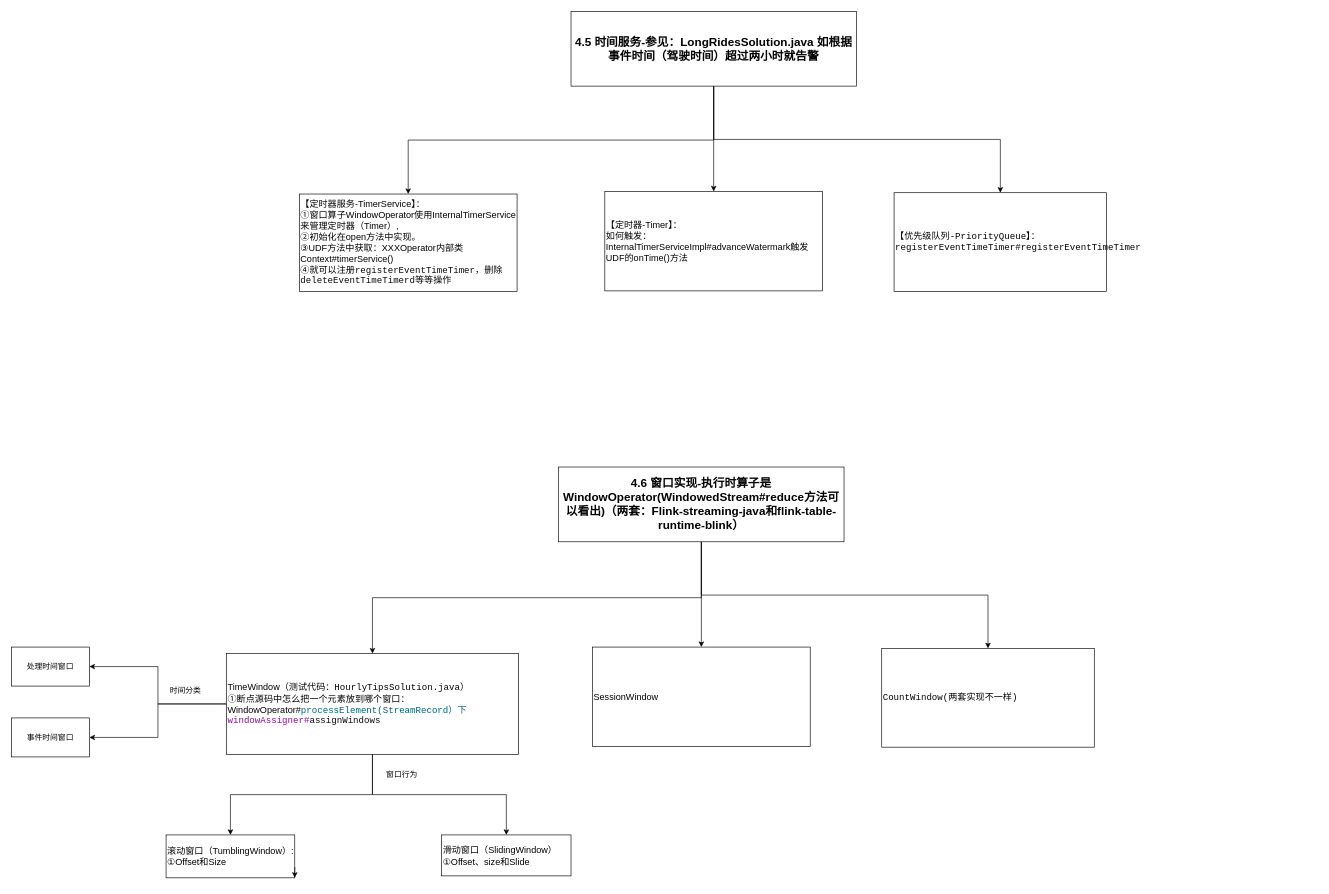
kimi-sxh/process_pic keeps this draw.io diagram as 第四章 时间与窗口.drawio. Above is the earlier version. Source tidied: cells renumbered, new cells numbered last; positions are measured from the earlier drawing's top-left corner, leaving out a move shared by most shapes. Both pictures are drawn from the tidied source at 65%, with x=0, y=0 at pixel (11, 11).
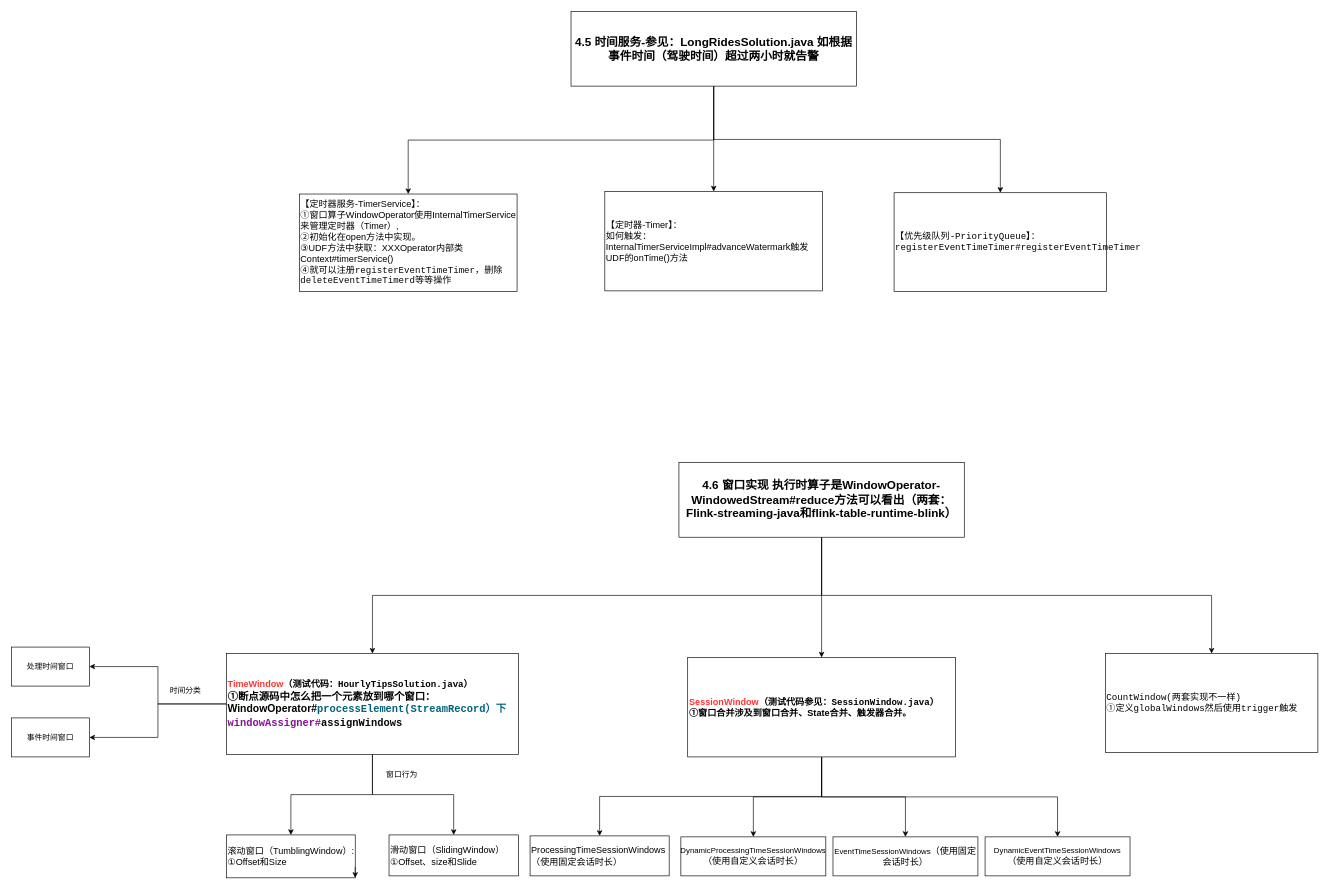
The same page after the edit.

Commit message:
更新第四章 4.6 窗口实现.drawio

The edit, as a diff of the source:
```diff
@@
-    <mxCell id="12" value="&lt;h2&gt;&lt;font style=&quot;font-size: 18px;&quot;&gt;&lt;b&gt;4.6 窗口实现-执行时算子是WindowOperator(WindowedStream#reduce方法可以看出)（两套：Flink-streaming-java和flink-table-runtime-blink）&lt;/b&gt;&lt;/font&gt;&lt;/h2&gt;" style="rounded=0;whiteSpace=wrap;html=1;" parent="1" vertex="1">
-      <mxGeometry x="842" y="701" width="439" height="115" as="geometry" />
+    <mxCell id="12" value="&lt;h2&gt;&lt;font style=&quot;font-size: 18px;&quot;&gt;&lt;b&gt;4.6 窗口实现 执行时算子是WindowOperator-WindowedStream#reduce方法可以看出（两套：Flink-streaming-java和flink-table-runtime-blink）&lt;/b&gt;&lt;/font&gt;&lt;/h2&gt;" style="rounded=0;whiteSpace=wrap;html=1;" parent="1" vertex="1">
+      <mxGeometry x="1027" y="694" width="439" height="115" as="geometry" />
     </mxCell>
@@
-    <mxCell id="17" value="&lt;span style=&quot;font-size: 14px;&quot;&gt;TimeWindow（测试代码：&lt;/span&gt;&lt;span style=&quot;font-family: &amp;quot;JetBrains Mono&amp;quot;, monospace; font-size: 10.5pt; background-color: initial;&quot;&gt;HourlyTipsSolution.java&lt;/span&gt;&lt;span style=&quot;font-size: 14px; background-color: initial;&quot;&gt;）&lt;/span&gt;&lt;br&gt;&lt;div&gt;&lt;span style=&quot;font-size: 14px;&quot;&gt;①断点源码中怎么把一个元素放到哪个窗口：WindowOperator#&lt;/span&gt;&lt;span style=&quot;color: rgb(0, 98, 122); font-family: &amp;quot;JetBrains Mono&amp;quot;, monospace; font-size: 10.5pt; background-color: initial;&quot;&gt;processElement(StreamRecord）下&lt;/span&gt;&lt;span style=&quot;font-family: &amp;quot;JetBrains Mono&amp;quot;, monospace; font-size: 10.5pt; background-color: initial; color: rgb(135, 16, 148);&quot;&gt;windowAssigner#&lt;/span&gt;&lt;span style=&quot;color: rgb(8, 8, 8); font-family: &amp;quot;JetBrains Mono&amp;quot;, monospace; font-size: 10.5pt; background-color: initial;&quot;&gt;assignWindows&lt;/span&gt;&lt;br&gt;&lt;/div&gt;" style="rounded=0;whiteSpace=wrap;html=1;align=left;" parent="1" vertex="1">
+    <mxCell id="17" value="&lt;font style=&quot;font-size: 14px;&quot;&gt;&lt;b&gt;&lt;font color=&quot;#ff3333&quot;&gt;TimeWindow&lt;/font&gt;（测试代码：&lt;span style=&quot;font-family: &amp;quot;JetBrains Mono&amp;quot;, monospace; background-color: initial;&quot;&gt;HourlyTipsSolution.java&lt;/span&gt;&lt;span style=&quot;background-color: initial;&quot;&gt;）&lt;/span&gt;&lt;br&gt;&lt;/b&gt;&lt;/font&gt;&lt;div&gt;&lt;font size=&quot;3&quot;&gt;&lt;b&gt;①断点源码中怎么把一个元素放到哪个窗口：WindowOperator#&lt;span style=&quot;color: rgb(0, 98, 122); font-family: &amp;quot;JetBrains Mono&amp;quot;, monospace; background-color: initial;&quot;&gt;processElement(StreamRecord）下&lt;/span&gt;&lt;span style=&quot;font-family: &amp;quot;JetBrains Mono&amp;quot;, monospace; background-color: initial; color: rgb(135, 16, 148);&quot;&gt;windowAssigner#&lt;/span&gt;&lt;span style=&quot;color: rgb(8, 8, 8); font-family: &amp;quot;JetBrains Mono&amp;quot;, monospace; background-color: initial;&quot;&gt;assignWindows&lt;/span&gt;&lt;/b&gt;&lt;/font&gt;&lt;br&gt;&lt;/div&gt;" style="rounded=0;whiteSpace=wrap;html=1;align=left;" parent="1" vertex="1">
       <mxGeometry x="331" y="988" width="449" height="155" as="geometry" />
     </mxCell>
-    <mxCell id="18" value="&lt;font face=&quot;JetBrains Mono, monospace&quot;&gt;&lt;span style=&quot;font-size: 14px;&quot;&gt;CountWindow(两套实现不一样)&lt;/span&gt;&lt;/font&gt;" style="rounded=0;whiteSpace=wrap;html=1;align=left;" parent="1" vertex="1">
-      <mxGeometry x="1339" y="980" width="327" height="152" as="geometry" />
+    <mxCell id="18" value="&lt;font face=&quot;JetBrains Mono, monospace&quot;&gt;&lt;span style=&quot;font-size: 14px;&quot;&gt;CountWindow(两套实现不一样)&lt;/span&gt;&lt;/font&gt;&lt;div&gt;&lt;font face=&quot;JetBrains Mono, monospace&quot;&gt;&lt;span style=&quot;font-size: 14px;&quot;&gt;①定义globalWindows然后使用trigger触发&lt;/span&gt;&lt;/font&gt;&lt;/div&gt;" style="rounded=0;whiteSpace=wrap;html=1;align=left;" parent="1" vertex="1">
+      <mxGeometry x="1683" y="988" width="327" height="152" as="geometry" />
     </mxCell>
+    <mxCell id="27" style="edgeStyle=orthogonalEdgeStyle;rounded=0;jettySize=auto;html=1;exitX=0.5;exitY=1;exitDx=0;exitDy=0;entryX=0.5;entryY=0;entryDx=0;entryDy=0;" parent="1" edge="1" source="19" target="31">
+      <mxGeometry relative="1" as="geometry" />
+    </mxCell>
+    <mxCell id="28" style="edgeStyle=orthogonalEdgeStyle;rounded=0;jettySize=auto;html=1;exitX=0.5;exitY=1;exitDx=0;exitDy=0;" parent="1" edge="1" source="19" target="32">
+      <mxGeometry relative="1" as="geometry" />
+    </mxCell>
+    <mxCell id="29" style="edgeStyle=orthogonalEdgeStyle;rounded=0;jettySize=auto;html=1;exitX=0.5;exitY=1;exitDx=0;exitDy=0;" parent="1" edge="1" source="19" target="33">
+      <mxGeometry relative="1" as="geometry" />
+    </mxCell>
+    <mxCell id="30" style="edgeStyle=orthogonalEdgeStyle;rounded=0;jettySize=auto;html=1;exitX=0.5;exitY=1;exitDx=0;exitDy=0;" parent="1" edge="1" source="19" target="34">
+      <mxGeometry relative="1" as="geometry" />
+    </mxCell>
-    <mxCell id="19" value="&lt;div&gt;&lt;span style=&quot;font-size: 14px;&quot;&gt;SessionWindow&lt;/span&gt;&lt;/div&gt;" style="rounded=0;whiteSpace=wrap;html=1;align=left;" parent="1" vertex="1">
-      <mxGeometry x="894" y="978" width="335" height="153" as="geometry" />
+    <mxCell id="19" value="&lt;div&gt;&lt;b&gt;&lt;font style=&quot;font-size: 14px;&quot;&gt;&lt;font color=&quot;#ff3333&quot;&gt;SessionWindow&lt;/font&gt;（测试代码参见：&lt;span style=&quot;font-family: &amp;quot;JetBrains Mono&amp;quot;, monospace; background-color: initial;&quot;&gt;SessionWindow.java&lt;/span&gt;&lt;span style=&quot;background-color: initial;&quot;&gt;）&lt;/span&gt;&lt;/font&gt;&lt;/b&gt;&lt;/div&gt;&lt;div&gt;&lt;b&gt;&lt;font style=&quot;font-size: 14px;&quot;&gt;&lt;span style=&quot;background-color: initial;&quot;&gt;①窗口合并涉及到窗口合并、State合并、触发器合并。&lt;/span&gt;&lt;/font&gt;&lt;/b&gt;&lt;/div&gt;" style="rounded=0;whiteSpace=wrap;html=1;align=left;" parent="1" vertex="1">
+      <mxGeometry x="1040.5" y="994" width="412" height="153" as="geometry" />
     </mxCell>
@@
     <mxCell id="22" value="&lt;font style=&quot;font-size: 14px;&quot;&gt;滚动窗口（TumblingWindow）:&lt;/font&gt;&lt;div&gt;&lt;span style=&quot;font-size: 14px;&quot;&gt;①Offset和Size&lt;/span&gt;&lt;/div&gt;" style="rounded=0;whiteSpace=wrap;html=1;align=left;" parent="1" vertex="1">
-      <mxGeometry x="238" y="1267" width="198" height="66" as="geometry" />
+      <mxGeometry x="331" y="1267" width="198" height="66" as="geometry" />
     </mxCell>
@@
     <mxCell id="24" value="&lt;font style=&quot;font-size: 14px;&quot;&gt;滑动窗口（SlidingWindow）&lt;/font&gt;&lt;div&gt;&lt;span style=&quot;font-size: 14px;&quot;&gt;①Offset、size和Slide&lt;/span&gt;&lt;/div&gt;" style="rounded=0;whiteSpace=wrap;html=1;align=left;" parent="1" vertex="1">
-      <mxGeometry x="662" y="1267" width="199" height="63" as="geometry" />
+      <mxGeometry x="581" y="1267" width="199" height="63" as="geometry" />
     </mxCell>
@@
+    <mxCell id="31" value="&lt;span style=&quot;font-size: 14px;&quot;&gt;ProcessingTimeSessionWindows（使用固定会话时长）&lt;/span&gt;" style="rounded=0;whiteSpace=wrap;html=1;align=left;" parent="1" vertex="1">
+      <mxGeometry x="798" y="1268.5" width="214" height="61.5" as="geometry" />
+    </mxCell>
+    <mxCell id="32" value="DynamicProcessingTimeSessionWindows&lt;span style=&quot;font-size: 14px; text-align: left;&quot;&gt;（使用自定义会话时长）&lt;/span&gt;" style="rounded=0;whiteSpace=wrap;html=1;" parent="1" vertex="1">
+      <mxGeometry x="1030" y="1270" width="223" height="60" as="geometry" />
+    </mxCell>
+    <mxCell id="33" value="EventTimeSessionWindows&lt;span style=&quot;font-size: 14px; text-align: left;&quot;&gt;（使用固定会话时长）&lt;/span&gt;" style="rounded=0;whiteSpace=wrap;html=1;" parent="1" vertex="1">
+      <mxGeometry x="1264" y="1270" width="223" height="60" as="geometry" />
+    </mxCell>
+    <mxCell id="34" value="DynamicEventTimeSessionWindows&lt;span style=&quot;font-size: 14px; text-align: left;&quot;&gt;（使用自定义会话时长）&lt;/span&gt;" style="rounded=0;whiteSpace=wrap;html=1;" parent="1" vertex="1">
+      <mxGeometry x="1498" y="1270" width="223" height="60" as="geometry" />
+    </mxCell>
```
